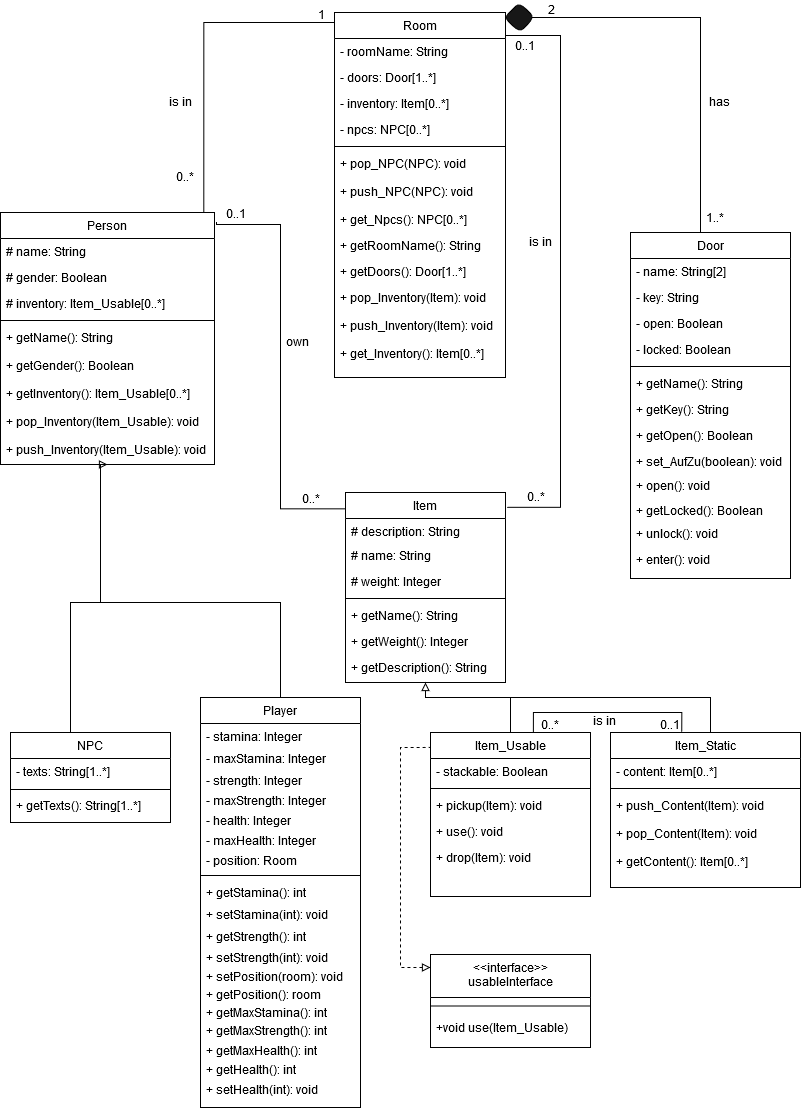
Elegond/AE-Text-Adventure keeps this draw.io diagram as Klassendiagram.png. Above is the earlier version. Source tidied: cells renumbered, new cells last; positions are measured from the earlier drawing's top-left corner, leaving out a move shared by most shapes.
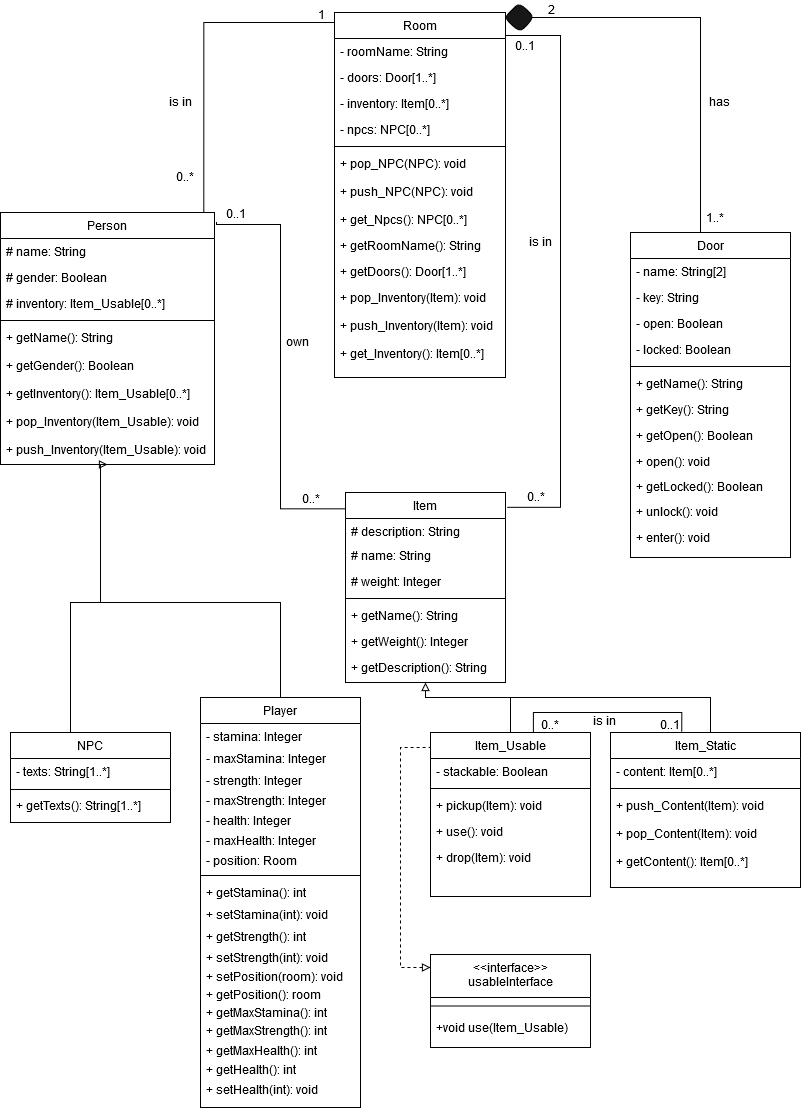
Above is the later version.

What changed in the source:
```diff
@@ -185,7 +185,7 @@
       </mxGeometry>
     </mxCell>
     <mxCell id="52" value="Door" style="swimlane;fontStyle=0;align=center;verticalAlign=top;horizontal=1;startSize=26;rounded=0;shadow=0;strokeWidth=1;" parent="1" vertex="1">
-      <mxGeometry x="630" y="232" width="160" height="346" as="geometry" />
+      <mxGeometry x="630" y="232" width="160" height="325" as="geometry" />
     </mxCell>
     <mxCell id="53" value="- name: String[2]" style="text;align=left;verticalAlign=top;spacingLeft=4;spacingRight=4;overflow=hidden;" parent="52" vertex="1">
       <mxGeometry y="26" width="160" height="26" as="geometry" />
@@ -211,14 +211,11 @@
     <mxCell id="60" value="+ getOpen(): Boolean" style="text;align=left;verticalAlign=top;spacingLeft=4;spacingRight=4;overflow=hidden;" parent="52" vertex="1">
       <mxGeometry y="190" width="160" height="26" as="geometry" />
     </mxCell>
-    <mxCell id="61" value="+ set_AufZu(boolean): void" style="text;align=left;verticalAlign=top;spacingLeft=4;spacingRight=4;overflow=hidden;" parent="52" vertex="1">
-      <mxGeometry y="216" width="160" height="24" as="geometry" />
-    </mxCell>
     <mxCell id="62" value="+ open(): void" style="text;align=left;verticalAlign=top;spacingLeft=4;spacingRight=4;overflow=hidden;" parent="52" vertex="1">
-      <mxGeometry y="240" width="160" height="25" as="geometry" />
+      <mxGeometry y="216" width="160" height="25" as="geometry" />
     </mxCell>
     <mxCell id="63" value="+ getLocked(): Boolean" style="text;align=left;verticalAlign=top;spacingLeft=4;spacingRight=4;overflow=hidden;" parent="52" vertex="1">
-      <mxGeometry y="265" width="160" height="32" as="geometry" />
+      <mxGeometry y="241" width="160" height="32" as="geometry" />
     </mxCell>
     <mxCell id="64" value="0..1" style="text;html=1;strokeColor=none;fillColor=none;align=center;verticalAlign=middle;whiteSpace=wrap;rounded=0;" parent="1" vertex="1">
       <mxGeometry x="505" y="36" width="40" height="17" as="geometry" />
@@ -384,10 +381,10 @@
       <mxGeometry x="200" y="1037" width="160" height="27" as="geometry" />
     </mxCell>
     <mxCell id="111" value="+ unlock(): void" style="text;align=left;verticalAlign=top;spacingLeft=4;spacingRight=4;overflow=hidden;" parent="1" vertex="1">
-      <mxGeometry x="630" y="520" width="160" height="26" as="geometry" />
+      <mxGeometry x="630" y="498" width="160" height="26" as="geometry" />
     </mxCell>
     <mxCell id="112" value="+ enter(): void" style="text;align=left;verticalAlign=top;spacingLeft=4;spacingRight=4;overflow=hidden;" parent="1" vertex="1">
-      <mxGeometry x="630" y="546" width="160" height="26" as="geometry" />
+      <mxGeometry x="630" y="524" width="160" height="26" as="geometry" />
     </mxCell>
   </root>
 </mxGraphModel>
```
